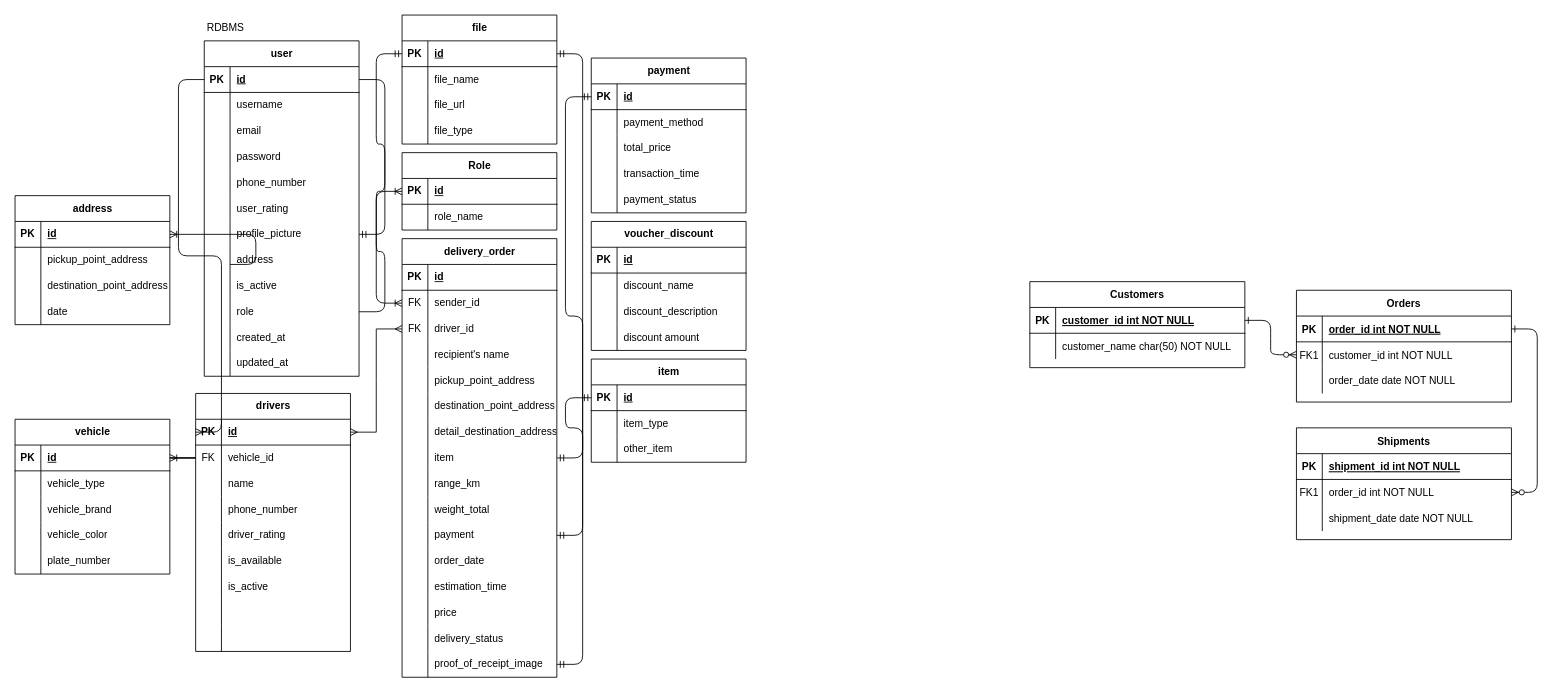
Above: starspace/Untitled Diagram.drawio in DemoNicky/technical-test (draw.io), before the change. Source tidied: cells renumbered, new cells numbered last; positions are measured from the earlier drawing's top-left corner, leaving out a move shared by most shapes. Both pictures are drawn from the tidied source at 86%, with x=0, y=0 at pixel (15, 15).
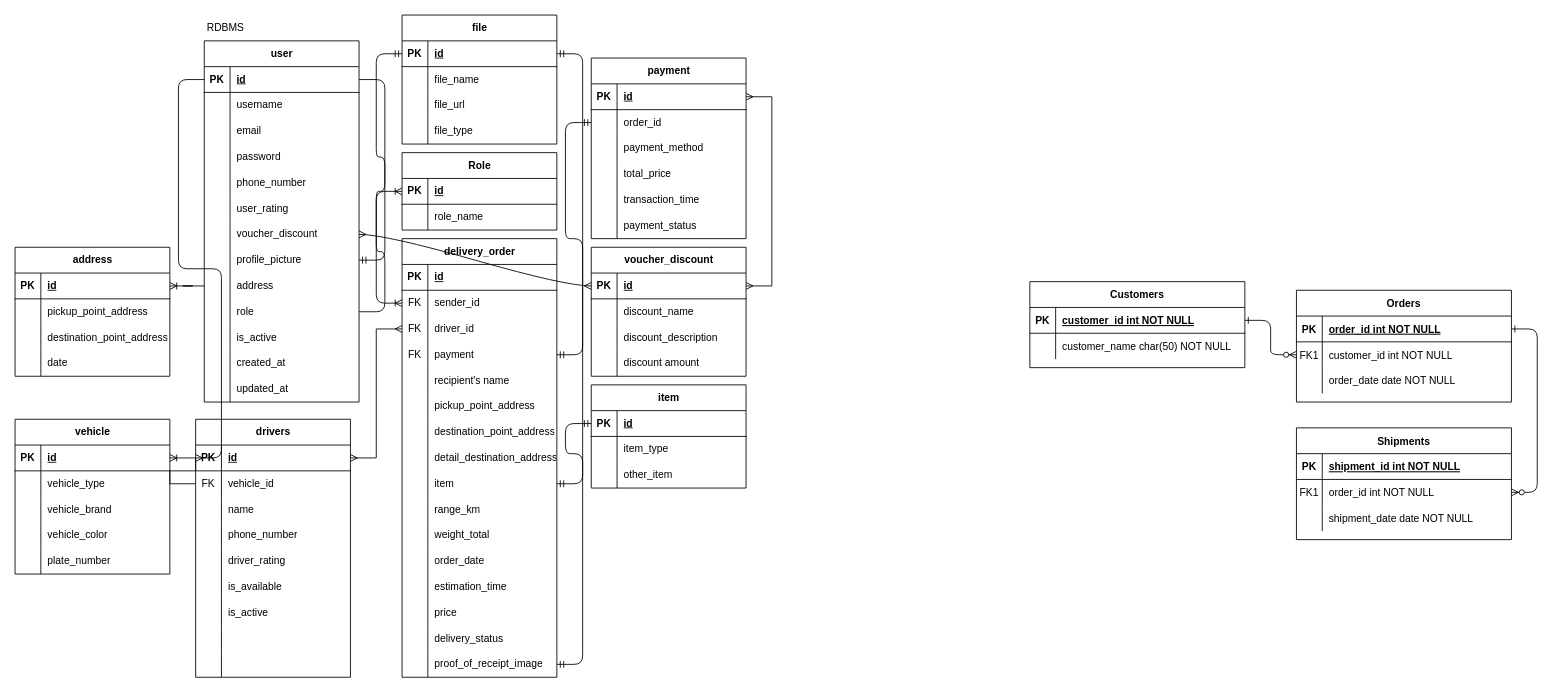
Above is the later version.

Unchanged cells that the change refers to:
```xml
<mxCell id="121" style="shape=tableRow;horizontal=0;startSize=0;swimlaneHead=0;swimlaneBody=0;fillColor=none;points=[[0,0.5],[1,0.5]];portConstraint=eastwest;top=0;left=0;right=0;bottom=1;" parent="120" vertex="1">
  <mxGeometry y="30" width="180" height="30" as="geometry" />
</mxCell>
<mxCell id="133" value="delivery_order" style="shape=table;startSize=30;childLayout=tableLayout;rowLines=0;fontStyle=1;align=center;html=1;" parent="1" vertex="1">
  <mxGeometry x="450" y="260" width="180" height="510" as="geometry" />
</mxCell>
<mxCell id="208" style="shape=tableRow;horizontal=0;startSize=0;swimlaneHead=0;swimlaneBody=0;fillColor=none;points=[[0,0.5],[1,0.5]];portConstraint=eastwest;top=0;left=0;right=0;bottom=1;" parent="207" vertex="1">
  <mxGeometry y="30" width="180" height="30" as="geometry" />
</mxCell>
<mxCell id="211" style="shape=tableRow;horizontal=0;startSize=0;swimlaneHead=0;swimlaneBody=0;fillColor=none;points=[[0,0.5],[1,0.5]];portConstraint=eastwest;top=0;left=0;right=0;bottom=0;" parent="207" vertex="1">
  <mxGeometry y="60" width="180" height="30" as="geometry" />
</mxCell>
<mxCell id="226" style="shape=tableRow;horizontal=0;startSize=0;swimlaneHead=0;swimlaneBody=0;fillColor=none;points=[[0,0.5],[1,0.5]];portConstraint=eastwest;top=0;left=0;right=0;bottom=1;" parent="225" vertex="1">
  <mxGeometry y="30" width="180" height="30" as="geometry" />
</mxCell>
```

Change to the diagram source:
```diff
@@
     <mxCell id="32" value="user" style="shape=table;startSize=30;childLayout=tableLayout;rowLines=0;fontStyle=1;align=center;html=1;" parent="1" vertex="1">
-      <mxGeometry x="220" y="30" width="180" height="390" as="geometry" />
+      <mxGeometry x="220" y="30" width="180" height="420" as="geometry" />
     </mxCell>
@@
+    <mxCell id="244" style="shape=tableRow;horizontal=0;startSize=0;swimlaneHead=0;swimlaneBody=0;fillColor=none;points=[[0,0.5],[1,0.5]];portConstraint=eastwest;top=0;left=0;right=0;bottom=0;" parent="32" vertex="1">
+      <mxGeometry y="210" width="180" height="30" as="geometry" />
+    </mxCell>
+    <mxCell id="245" style="shape=partialRectangle;fillColor=none;top=0;left=0;bottom=0;right=0;overflow=hidden;whiteSpace=wrap;html=1;" parent="244" vertex="1">
+      <mxGeometry width="30" height="30" as="geometry" />
+    </mxCell>
+    <mxCell id="246" value="voucher_discount" style="shape=partialRectangle;fillColor=none;top=0;left=0;bottom=0;right=0;align=left;spacingLeft=6;overflow=hidden;whiteSpace=wrap;html=1;" parent="244" vertex="1">
+      <mxGeometry x="30" width="150" height="30" as="geometry" />
+    </mxCell>
     <mxCell id="51" style="shape=tableRow;horizontal=0;startSize=0;swimlaneHead=0;swimlaneBody=0;fillColor=none;points=[[0,0.5],[1,0.5]];portConstraint=eastwest;top=0;left=0;right=0;bottom=0;" parent="32" vertex="1">
-      <mxGeometry y="210" width="180" height="30" as="geometry" />
+      <mxGeometry y="240" width="180" height="30" as="geometry" />
     </mxCell>
@@
     <mxCell id="54" style="shape=tableRow;horizontal=0;startSize=0;swimlaneHead=0;swimlaneBody=0;fillColor=none;points=[[0,0.5],[1,0.5]];portConstraint=eastwest;top=0;left=0;right=0;bottom=0;" parent="32" vertex="1">
-      <mxGeometry y="240" width="180" height="30" as="geometry" />
+      <mxGeometry y="270" width="180" height="30" as="geometry" />
     </mxCell>
@@
+    <mxCell id="60" style="shape=tableRow;horizontal=0;startSize=0;swimlaneHead=0;swimlaneBody=0;fillColor=none;points=[[0,0.5],[1,0.5]];portConstraint=eastwest;top=0;left=0;right=0;bottom=0;" parent="32" vertex="1">
+      <mxGeometry y="300" width="180" height="30" as="geometry" />
+    </mxCell>
+    <mxCell id="61" style="shape=partialRectangle;fillColor=none;top=0;left=0;bottom=0;right=0;overflow=hidden;whiteSpace=wrap;html=1;" parent="60" vertex="1">
+      <mxGeometry width="30" height="30" as="geometry" />
+    </mxCell>
+    <mxCell id="62" value="role" style="shape=partialRectangle;fillColor=none;top=0;left=0;bottom=0;right=0;align=left;spacingLeft=6;overflow=hidden;whiteSpace=wrap;html=1;" parent="60" vertex="1">
+      <mxGeometry x="30" width="150" height="30" as="geometry" />
+    </mxCell>
     <mxCell id="57" style="shape=tableRow;horizontal=0;startSize=0;swimlaneHead=0;swimlaneBody=0;fillColor=none;top=0;left=0;right=0;bottom=0;" parent="32" vertex="1">
-      <mxGeometry y="270" width="180" height="30" as="geometry" />
+      <mxGeometry y="330" width="180" height="30" as="geometry" />
     </mxCell>
@@
-    <mxCell id="60" style="shape=tableRow;horizontal=0;startSize=0;swimlaneHead=0;swimlaneBody=0;fillColor=none;points=[[0,0.5],[1,0.5]];portConstraint=eastwest;top=0;left=0;right=0;bottom=0;" parent="32" vertex="1">
-      <mxGeometry y="300" width="180" height="30" as="geometry" />
-    </mxCell>
-    <mxCell id="61" style="shape=partialRectangle;fillColor=none;top=0;left=0;bottom=0;right=0;overflow=hidden;whiteSpace=wrap;html=1;" parent="60" vertex="1">
-      <mxGeometry width="30" height="30" as="geometry" />
-    </mxCell>
-    <mxCell id="62" value="role" style="shape=partialRectangle;fillColor=none;top=0;left=0;bottom=0;right=0;align=left;spacingLeft=6;overflow=hidden;whiteSpace=wrap;html=1;" parent="60" vertex="1">
-      <mxGeometry x="30" width="150" height="30" as="geometry" />
-    </mxCell>
     <mxCell id="63" style="shape=tableRow;horizontal=0;startSize=0;swimlaneHead=0;swimlaneBody=0;fillColor=none;top=0;left=0;right=0;bottom=0;" parent="32" vertex="1">
-      <mxGeometry y="330" width="180" height="30" as="geometry" />
+      <mxGeometry y="360" width="180" height="30" as="geometry" />
     </mxCell>
@@
     <mxCell id="66" style="shape=tableRow;horizontal=0;startSize=0;swimlaneHead=0;swimlaneBody=0;fillColor=none;top=0;left=0;right=0;bottom=0;" parent="32" vertex="1">
-      <mxGeometry y="360" width="180" height="30" as="geometry" />
+      <mxGeometry y="390" width="180" height="30" as="geometry" />
     </mxCell>
@@
     <mxCell id="69" value="drivers" style="shape=table;startSize=30;childLayout=tableLayout;rowLines=0;fontStyle=1;align=center;html=1;" parent="1" vertex="1">
-      <mxGeometry x="210" y="440" width="180" height="300" as="geometry" />
+      <mxGeometry x="210" y="470" width="180" height="300" as="geometry" />
     </mxCell>
@@
     <mxCell id="120" value="address" style="shape=table;startSize=30;childLayout=tableLayout;rowLines=0;fontStyle=1;align=center;html=1;" parent="1" vertex="1">
-      <mxGeometry y="210" width="180" height="150" as="geometry" />
+      <mxGeometry y="270" width="180" height="150" as="geometry" />
     </mxCell>
@@
+    <mxCell id="164" style="shape=tableRow;horizontal=0;startSize=0;swimlaneHead=0;swimlaneBody=0;fillColor=none;points=[[0,0.5],[1,0.5]];portConstraint=eastwest;top=0;left=0;right=0;bottom=0;" parent="133" vertex="1">
+      <mxGeometry y="120" width="180" height="30" as="geometry" />
+    </mxCell>
+    <mxCell id="165" value="FK" style="shape=partialRectangle;fillColor=none;top=0;left=0;bottom=0;right=0;overflow=hidden;whiteSpace=wrap;html=1;" parent="164" vertex="1">
+      <mxGeometry width="30" height="30" as="geometry" />
+    </mxCell>
+    <mxCell id="166" value="payment" style="shape=partialRectangle;fillColor=none;top=0;left=0;bottom=0;right=0;align=left;spacingLeft=6;overflow=hidden;whiteSpace=wrap;html=1;" parent="164" vertex="1">
+      <mxGeometry x="30" width="150" height="30" as="geometry" />
+    </mxCell>
     <mxCell id="143" style="shape=tableRow;horizontal=0;startSize=0;swimlaneHead=0;swimlaneBody=0;fillColor=none;top=0;left=0;right=0;bottom=0;" parent="133" vertex="1">
-      <mxGeometry y="120" width="180" height="30" as="geometry" />
+      <mxGeometry y="150" width="180" height="30" as="geometry" />
     </mxCell>
@@
     <mxCell id="146" style="shape=tableRow;horizontal=0;startSize=0;swimlaneHead=0;swimlaneBody=0;fillColor=none;top=0;left=0;right=0;bottom=0;" parent="133" vertex="1">
-      <mxGeometry y="150" width="180" height="30" as="geometry" />
+      <mxGeometry y="180" width="180" height="30" as="geometry" />
     </mxCell>
@@
     <mxCell id="149" style="shape=tableRow;horizontal=0;startSize=0;swimlaneHead=0;swimlaneBody=0;fillColor=none;top=0;left=0;right=0;bottom=0;" parent="133" vertex="1">
-      <mxGeometry y="180" width="180" height="30" as="geometry" />
+      <mxGeometry y="210" width="180" height="30" as="geometry" />
     </mxCell>
@@
     <mxCell id="152" style="shape=tableRow;horizontal=0;startSize=0;swimlaneHead=0;swimlaneBody=0;fillColor=none;top=0;left=0;right=0;bottom=0;" parent="133" vertex="1">
-      <mxGeometry y="210" width="180" height="30" as="geometry" />
+      <mxGeometry y="240" width="180" height="30" as="geometry" />
     </mxCell>
@@
     <mxCell id="155" style="shape=tableRow;horizontal=0;startSize=0;swimlaneHead=0;swimlaneBody=0;fillColor=none;points=[[0,0.5],[1,0.5]];portConstraint=eastwest;top=0;left=0;right=0;bottom=0;" parent="133" vertex="1">
-      <mxGeometry y="240" width="180" height="30" as="geometry" />
+      <mxGeometry y="270" width="180" height="30" as="geometry" />
     </mxCell>
@@
     <mxCell id="158" style="shape=tableRow;horizontal=0;startSize=0;swimlaneHead=0;swimlaneBody=0;fillColor=none;top=0;left=0;right=0;bottom=0;" parent="133" vertex="1">
-      <mxGeometry y="270" width="180" height="30" as="geometry" />
+      <mxGeometry y="300" width="180" height="30" as="geometry" />
     </mxCell>
@@
     <mxCell id="161" style="shape=tableRow;horizontal=0;startSize=0;swimlaneHead=0;swimlaneBody=0;fillColor=none;top=0;left=0;right=0;bottom=0;" parent="133" vertex="1">
-      <mxGeometry y="300" width="180" height="30" as="geometry" />
+      <mxGeometry y="330" width="180" height="30" as="geometry" />
     </mxCell>
@@
-    <mxCell id="164" style="shape=tableRow;horizontal=0;startSize=0;swimlaneHead=0;swimlaneBody=0;fillColor=none;points=[[0,0.5],[1,0.5]];portConstraint=eastwest;top=0;left=0;right=0;bottom=0;" parent="133" vertex="1">
-      <mxGeometry y="330" width="180" height="30" as="geometry" />
-    </mxCell>
-    <mxCell id="165" style="shape=partialRectangle;fillColor=none;top=0;left=0;bottom=0;right=0;overflow=hidden;whiteSpace=wrap;html=1;" parent="164" vertex="1">
-      <mxGeometry width="30" height="30" as="geometry" />
-    </mxCell>
-    <mxCell id="166" value="payment" style="shape=partialRectangle;fillColor=none;top=0;left=0;bottom=0;right=0;align=left;spacingLeft=6;overflow=hidden;whiteSpace=wrap;html=1;" parent="164" vertex="1">
-      <mxGeometry x="30" width="150" height="30" as="geometry" />
-    </mxCell>
@@
     <mxCell id="197" value="item" style="shape=table;startSize=30;childLayout=tableLayout;rowLines=0;fontStyle=1;align=center;html=1;" parent="1" vertex="1">
-      <mxGeometry x="670" y="400" width="180" height="120" as="geometry" />
+      <mxGeometry x="670" y="430" width="180" height="120" as="geometry" />
     </mxCell>
@@
     <mxCell id="207" value="payment" style="shape=table;startSize=30;childLayout=tableLayout;rowLines=0;fontStyle=1;align=center;html=1;" parent="1" vertex="1">
-      <mxGeometry x="670" y="50" width="180" height="180" as="geometry" />
+      <mxGeometry x="670" y="50" width="180" height="210" as="geometry" />
     </mxCell>
@@
-    <mxCell id="213" value="payment_method" style="shape=partialRectangle;fillColor=none;top=0;left=0;bottom=0;right=0;align=left;spacingLeft=6;overflow=hidden;whiteSpace=wrap;html=1;" parent="211" vertex="1">
+    <mxCell id="213" value="order_id" style="shape=partialRectangle;fillColor=none;top=0;left=0;bottom=0;right=0;align=left;spacingLeft=6;overflow=hidden;whiteSpace=wrap;html=1;" parent="211" vertex="1">
       <mxGeometry x="30" width="150" height="30" as="geometry" />
     </mxCell>
+    <mxCell id="247" style="shape=tableRow;horizontal=0;startSize=0;swimlaneHead=0;swimlaneBody=0;fillColor=none;top=0;left=0;right=0;bottom=0;" parent="207" vertex="1">
+      <mxGeometry y="90" width="180" height="30" as="geometry" />
+    </mxCell>
+    <mxCell id="248" style="shape=partialRectangle;fillColor=none;top=0;left=0;bottom=0;right=0;overflow=hidden;whiteSpace=wrap;html=1;" parent="247" vertex="1">
+      <mxGeometry width="30" height="30" as="geometry" />
+    </mxCell>
+    <mxCell id="249" value="payment_method" style="shape=partialRectangle;fillColor=none;top=0;left=0;bottom=0;right=0;align=left;spacingLeft=6;overflow=hidden;whiteSpace=wrap;html=1;" parent="247" vertex="1">
+      <mxGeometry x="30" width="150" height="30" as="geometry" />
+    </mxCell>
     <mxCell id="214" style="shape=tableRow;horizontal=0;startSize=0;swimlaneHead=0;swimlaneBody=0;fillColor=none;top=0;left=0;right=0;bottom=0;" parent="207" vertex="1">
-      <mxGeometry y="90" width="180" height="30" as="geometry" />
+      <mxGeometry y="120" width="180" height="30" as="geometry" />
     </mxCell>
@@
     <mxCell id="217" style="shape=tableRow;horizontal=0;startSize=0;swimlaneHead=0;swimlaneBody=0;fillColor=none;top=0;left=0;right=0;bottom=0;" parent="207" vertex="1">
-      <mxGeometry y="120" width="180" height="30" as="geometry" />
+      <mxGeometry y="150" width="180" height="30" as="geometry" />
     </mxCell>
@@
     <mxCell id="220" style="shape=tableRow;horizontal=0;startSize=0;swimlaneHead=0;swimlaneBody=0;fillColor=none;top=0;left=0;right=0;bottom=0;" parent="207" vertex="1">
-      <mxGeometry y="150" width="180" height="30" as="geometry" />
+      <mxGeometry y="180" width="180" height="30" as="geometry" />
     </mxCell>
@@
     <mxCell id="225" value="voucher_discount" style="shape=table;startSize=30;childLayout=tableLayout;rowLines=0;fontStyle=1;align=center;html=1;" parent="1" vertex="1">
-      <mxGeometry x="670" y="240" width="180" height="150" as="geometry" />
+      <mxGeometry x="670" y="270" width="180" height="150" as="geometry" />
     </mxCell>
@@
-    <mxCell id="240" style="edgeStyle=entityRelationEdgeStyle;fontSize=12;html=1;endArrow=ERmandOne;startArrow=ERmandOne;rounded=1;exitX=1;exitY=0.5;exitDx=0;exitDy=0;curved=0;" parent="1" edge="1" source="164" target="208">
+    <mxCell id="240" style="edgeStyle=entityRelationEdgeStyle;fontSize=12;html=1;endArrow=ERmandOne;startArrow=ERmandOne;rounded=1;exitX=1;exitY=0.5;exitDx=0;exitDy=0;curved=0;entryX=0;entryY=0.5;entryDx=0;entryDy=0;" parent="1" edge="1" source="164" target="211">
       <mxGeometry relative="1" as="geometry" />
     </mxCell>
@@
-    <mxCell id="242" style="edgeStyle=entityRelationEdgeStyle;fontSize=12;html=1;endArrow=ERoneToMany;rounded=1;curved=0;" parent="1" edge="1" target="121">
+    <mxCell id="242" style="edgeStyle=entityRelationEdgeStyle;fontSize=12;html=1;endArrow=ERoneToMany;rounded=1;curved=0;exitX=0;exitY=0.5;exitDx=0;exitDy=0;" parent="1" edge="1" source="54" target="121">
       <mxGeometry relative="1" as="geometry">
-        <mxPoint x="250" y="290" as="sourcePoint" />
         <Array as="points">
           <mxPoint x="220" y="270" />
         </Array>
       </mxGeometry>
     </mxCell>
@@
+    <mxCell id="250" style="edgeStyle=entityRelationEdgeStyle;fontSize=12;html=1;endArrow=ERmany;startArrow=ERmany;rounded=0;exitX=0;exitY=0.5;exitDx=0;exitDy=0;entryX=1;entryY=0.5;entryDx=0;entryDy=0;curved=1;" parent="1" edge="1" source="226" target="244">
+      <mxGeometry relative="1" as="geometry" />
+    </mxCell>
+    <mxCell id="251" style="edgeStyle=entityRelationEdgeStyle;fontSize=12;html=1;endArrow=ERmany;startArrow=ERmany;rounded=0;exitX=1;exitY=0.5;exitDx=0;exitDy=0;entryX=1;entryY=0.5;entryDx=0;entryDy=0;" parent="1" edge="1" source="226" target="208">
+      <mxGeometry relative="1" as="geometry" />
+    </mxCell>
```
